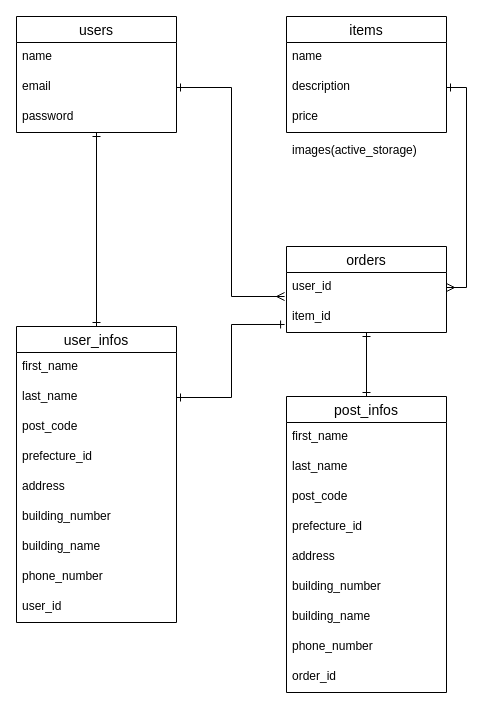
hikaruuuuuu/okurumi-shop keeps this draw.io diagram as db.dio. Above is the earlier version. Source tidied: cells renumbered, new cells numbered last; positions are measured from the earlier drawing's top-left corner, leaving out a move shared by most shapes. Both pictures are drawn from the tidied source at 100%, with x=0, y=0 at pixel (16, 16).
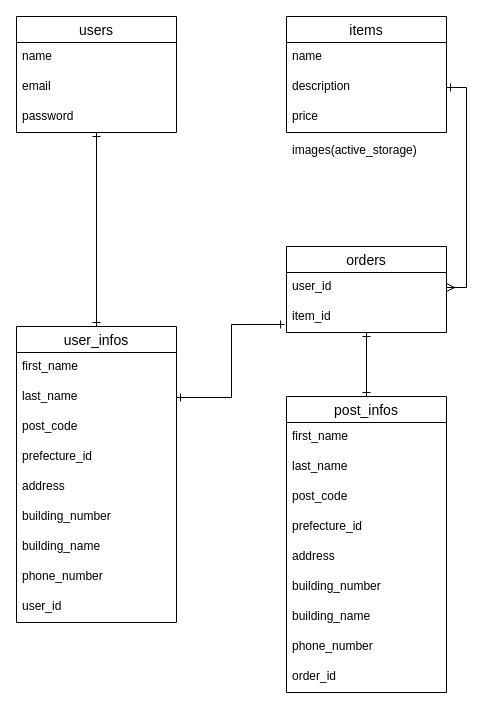
The same page after the edit.

The change refers to these unchanged cells:
```xml
<mxCell id="19" value="user_id" style="text;strokeColor=none;fillColor=none;spacingLeft=4;spacingRight=4;overflow=hidden;points=[[0,0.5],[1,0.5]];portConstraint=eastwest;fontSize=12;" parent="18" vertex="1">
  <mxGeometry y="26" width="160" height="30" as="geometry" />
</mxCell>
<mxCell id="24" value="email" style="text;strokeColor=none;fillColor=none;spacingLeft=4;spacingRight=4;overflow=hidden;points=[[0,0.5],[1,0.5]];portConstraint=eastwest;fontSize=12;" parent="22" vertex="1">
  <mxGeometry y="56" width="160" height="30" as="geometry" />
</mxCell>
```

What changed in the source:
```diff
@@
-    <mxCell id="26" style="edgeStyle=orthogonalEdgeStyle;rounded=0;jettySize=auto;html=1;exitX=1;exitY=0.5;exitDx=0;exitDy=0;entryX=-0.012;entryY=0.8;entryDx=0;entryDy=0;entryPerimeter=0;startArrow=ERone;startFill=0;endArrow=ERmany;endFill=0;" parent="1" edge="1" source="24" target="19">
-      <mxGeometry relative="1" as="geometry" />
-    </mxCell>
```
